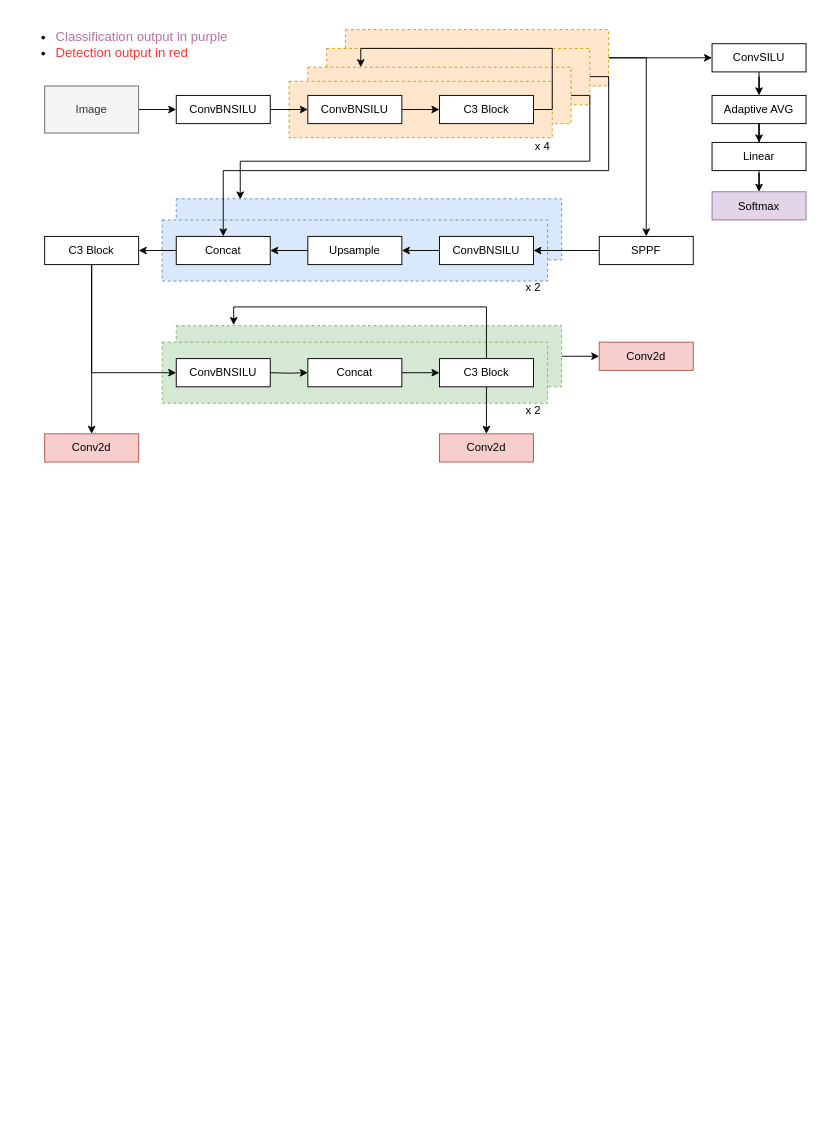
Earlier version of the draw.io diagram Untitled Diagram.drawio (Seeeeeyo/Neural-Network-Architecture-Diagrams). Source tidied: cells renumbered, new cells numbered last; positions are measured from the earlier drawing's top-left corner, leaving out a move shared by most shapes. Both pictures are drawn from the tidied source at 94%, with x=0, y=0 at pixel (16, 29).
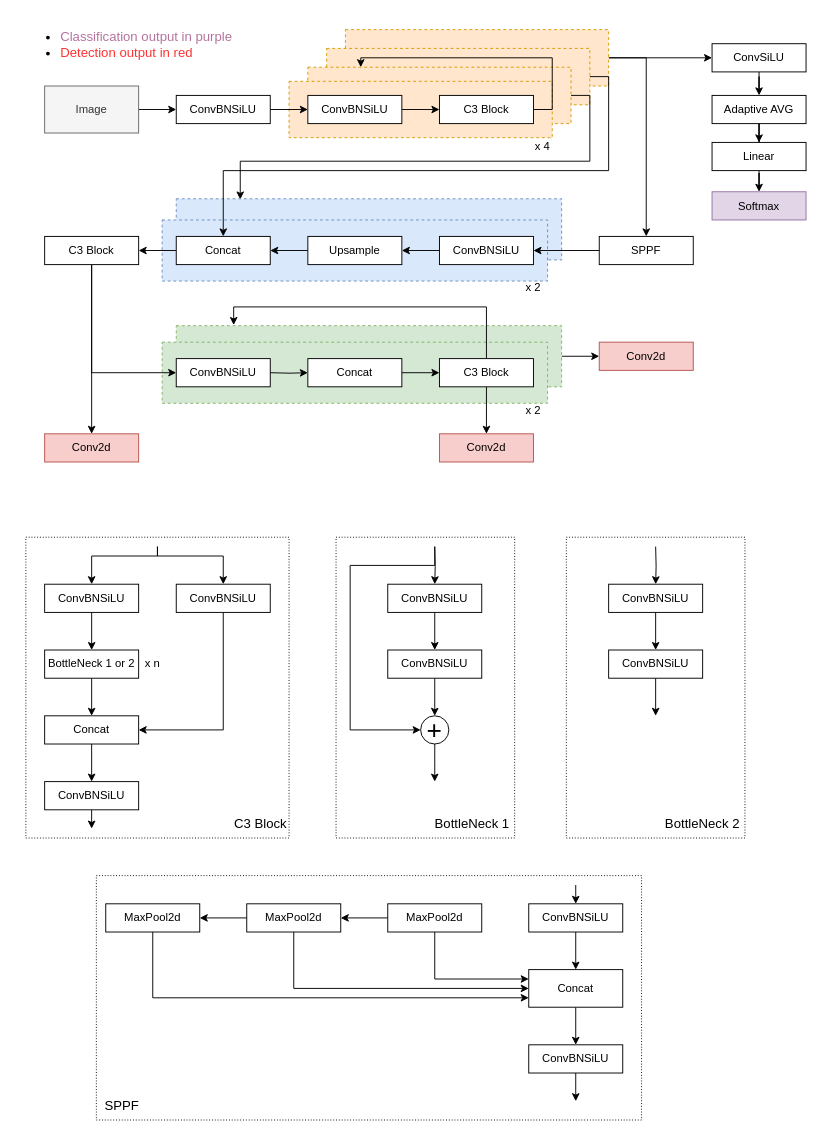
The same diagram, later.

The change refers to these unchanged cells:
```xml
<mxCell id="14" style="rounded=0;whiteSpace=wrap;html=1;fillColor=#ffe6cc;dashed=1;strokeColor=#d79b00;" parent="1" vertex="1">
  <mxGeometry x="310" y="40" width="280" height="60" as="geometry" />
</mxCell>
<mxCell id="19" value="C3 Block" style="rounded=0;whiteSpace=wrap;html=1;" parent="1" vertex="1">
  <mxGeometry x="450" y="70" width="100" height="30" as="geometry" />
</mxCell>
```

The edit, as a diff of the source:
```diff
@@
+    <mxCell id="56" style="rounded=0;whiteSpace=wrap;html=1;fillColor=none;dashed=1;dashPattern=1 2;" parent="1" vertex="1">
+      <mxGeometry x="85" y="900" width="580" height="260" as="geometry" />
+    </mxCell>
+    <mxCell id="57" style="rounded=0;whiteSpace=wrap;html=1;fillColor=none;dashed=1;dashPattern=1 2;" parent="1" vertex="1">
+      <mxGeometry x="585" y="540" width="190" height="320" as="geometry" />
+    </mxCell>
@@
-    <mxCell id="7" value="ConvBNSILU" style="rounded=0;whiteSpace=wrap;html=1;" parent="1" vertex="1">
+    <mxCell id="7" value="ConvBNSiLU" style="rounded=0;whiteSpace=wrap;html=1;" parent="1" vertex="1">
       <mxGeometry x="170" y="70" width="100" height="30" as="geometry" />
     </mxCell>
@@
-    <mxCell id="17" value="ConvBNSILU" style="rounded=0;whiteSpace=wrap;html=1;" parent="1" vertex="1">
+    <mxCell id="17" value="ConvBNSiLU" style="rounded=0;whiteSpace=wrap;html=1;" parent="1" vertex="1">
       <mxGeometry x="310" y="70" width="100" height="30" as="geometry" />
     </mxCell>
     <mxCell id="18" style="edgeStyle=orthogonalEdgeStyle;rounded=0;jettySize=auto;html=1;exitX=1;exitY=0.5;exitDx=0;exitDy=0;entryX=0.201;entryY=0;entryDx=0;entryDy=0;entryPerimeter=0;" parent="1" edge="1" source="19" target="14">
-      <mxGeometry relative="1" as="geometry" />
+      <mxGeometry relative="1" as="geometry">
+        <Array as="points">
+          <mxPoint x="570" y="85" />
+          <mxPoint x="570" y="30" />
+          <mxPoint x="366" y="30" />
+        </Array>
+      </mxGeometry>
     </mxCell>
@@
-    <mxCell id="23" value="ConvSILU" style="rounded=0;whiteSpace=wrap;html=1;" parent="1" vertex="1">
+    <mxCell id="23" value="ConvSiLU" style="rounded=0;whiteSpace=wrap;html=1;" parent="1" vertex="1">
       <mxGeometry x="740" y="15" width="100" height="30" as="geometry" />
     </mxCell>
@@
-    <mxCell id="33" value="ConvBNSILU" style="rounded=0;whiteSpace=wrap;html=1;" parent="1" vertex="1">
+    <mxCell id="33" value="ConvBNSiLU" style="rounded=0;whiteSpace=wrap;html=1;" parent="1" vertex="1">
       <mxGeometry x="450" y="220" width="100" height="30" as="geometry" />
     </mxCell>
@@
-    <mxCell id="50" value="ConvBNSILU" style="rounded=0;whiteSpace=wrap;html=1;" parent="1" vertex="1">
+    <mxCell id="50" value="ConvBNSiLU" style="rounded=0;whiteSpace=wrap;html=1;" parent="1" vertex="1">
       <mxGeometry x="170" y="350" width="100" height="30" as="geometry" />
     </mxCell>
@@
     <mxCell id="55" value="&lt;ul style=&quot;font-size: 14px;&quot;&gt;&lt;li&gt;&lt;font color=&quot;#b5739d&quot; style=&quot;font-size: 14px;&quot;&gt;Classification output in purple&lt;/font&gt;&lt;/li&gt;&lt;li&gt;&lt;font style=&quot;font-size: 14px;&quot; color=&quot;#ff3333&quot;&gt;Detection output in red&lt;/font&gt;&lt;/li&gt;&lt;/ul&gt;" style="text;html=1;strokeColor=none;fillColor=none;align=left;verticalAlign=middle;whiteSpace=wrap;rounded=0;" parent="1" vertex="1">
-      <mxGeometry width="240" height="32.5" as="geometry" />
+      <mxGeometry x="5" width="240" height="32.5" as="geometry" />
     </mxCell>
+    <mxCell id="58" style="edgeStyle=orthogonalEdgeStyle;rounded=0;jettySize=auto;html=1;entryX=0.5;entryY=0;entryDx=0;entryDy=0;" parent="1" edge="1" source="59" target="61">
+      <mxGeometry relative="1" as="geometry" />
+    </mxCell>
+    <mxCell id="59" value="ConvBNSiLU" style="rounded=0;whiteSpace=wrap;html=1;" parent="1" vertex="1">
+      <mxGeometry x="30" y="590" width="100" height="30" as="geometry" />
+    </mxCell>
+    <mxCell id="60" style="edgeStyle=orthogonalEdgeStyle;rounded=0;jettySize=auto;html=1;entryX=0.5;entryY=0;entryDx=0;entryDy=0;" parent="1" edge="1" source="61" target="63">
+      <mxGeometry relative="1" as="geometry" />
+    </mxCell>
+    <mxCell id="61" value="BottleNeck 1 or 2" style="rounded=0;whiteSpace=wrap;html=1;" parent="1" vertex="1">
+      <mxGeometry x="30" y="660" width="100" height="30" as="geometry" />
+    </mxCell>
+    <mxCell id="62" style="edgeStyle=orthogonalEdgeStyle;rounded=0;jettySize=auto;html=1;entryX=0.5;entryY=0;entryDx=0;entryDy=0;" parent="1" edge="1" source="63" target="65">
+      <mxGeometry relative="1" as="geometry" />
+    </mxCell>
+    <mxCell id="63" value="Concat" style="rounded=0;whiteSpace=wrap;html=1;" parent="1" vertex="1">
+      <mxGeometry x="30" y="730" width="100" height="30" as="geometry" />
+    </mxCell>
+    <mxCell id="64" style="edgeStyle=orthogonalEdgeStyle;rounded=0;jettySize=auto;html=1;" parent="1" edge="1" source="65">
+      <mxGeometry relative="1" as="geometry">
+        <mxPoint x="80" y="850" as="targetPoint" />
+      </mxGeometry>
+    </mxCell>
+    <mxCell id="65" value="ConvBNSiLU" style="rounded=0;whiteSpace=wrap;html=1;" parent="1" vertex="1">
+      <mxGeometry x="30" y="800" width="100" height="30" as="geometry" />
+    </mxCell>
+    <mxCell id="66" style="edgeStyle=orthogonalEdgeStyle;rounded=0;jettySize=auto;html=1;entryX=1;entryY=0.5;entryDx=0;entryDy=0;" parent="1" edge="1" source="67" target="63">
+      <mxGeometry relative="1" as="geometry">
+        <Array as="points">
+          <mxPoint x="220" y="745" />
+        </Array>
+      </mxGeometry>
+    </mxCell>
+    <mxCell id="67" value="ConvBNSiLU" style="rounded=0;whiteSpace=wrap;html=1;" parent="1" vertex="1">
+      <mxGeometry x="170" y="590" width="100" height="30" as="geometry" />
+    </mxCell>
+    <mxCell id="68" style="rounded=0;whiteSpace=wrap;html=1;fillColor=none;dashed=1;dashPattern=1 2;" parent="1" vertex="1">
+      <mxGeometry x="10" y="540" width="280" height="320" as="geometry" />
+    </mxCell>
+    <mxCell id="69" value="&lt;font style=&quot;font-size: 14px;&quot;&gt;C3 Block&lt;/font&gt;" style="text;html=1;strokeColor=none;fillColor=none;align=center;verticalAlign=middle;whiteSpace=wrap;rounded=0;" parent="1" vertex="1">
+      <mxGeometry x="230" y="830" width="60" height="30" as="geometry" />
+    </mxCell>
+    <mxCell id="70" style="edgeStyle=orthogonalEdgeStyle;rounded=0;jettySize=auto;html=1;entryX=0.5;entryY=0;entryDx=0;entryDy=0;" parent="1" edge="1" target="59">
+      <mxGeometry relative="1" as="geometry">
+        <mxPoint x="150" y="550" as="sourcePoint" />
+        <Array as="points">
+          <mxPoint x="150" y="560" />
+          <mxPoint x="80" y="560" />
+        </Array>
+      </mxGeometry>
+    </mxCell>
+    <mxCell id="71" style="edgeStyle=orthogonalEdgeStyle;rounded=0;jettySize=auto;html=1;entryX=0.5;entryY=0;entryDx=0;entryDy=0;" parent="1" edge="1" target="67">
+      <mxGeometry relative="1" as="geometry">
+        <mxPoint x="150" y="550" as="sourcePoint" />
+        <Array as="points">
+          <mxPoint x="150" y="560" />
+          <mxPoint x="220" y="560" />
+        </Array>
+      </mxGeometry>
+    </mxCell>
+    <mxCell id="72" value="x n" style="text;html=1;strokeColor=none;fillColor=none;align=center;verticalAlign=middle;whiteSpace=wrap;rounded=0;" parent="1" vertex="1">
+      <mxGeometry x="130" y="670" width="30" height="10" as="geometry" />
+    </mxCell>
+    <mxCell id="73" style="edgeStyle=orthogonalEdgeStyle;rounded=0;jettySize=auto;html=1;entryX=0.5;entryY=0;entryDx=0;entryDy=0;" parent="1" edge="1" source="74" target="76">
+      <mxGeometry relative="1" as="geometry" />
+    </mxCell>
+    <mxCell id="74" value="ConvBNSiLU" style="rounded=0;whiteSpace=wrap;html=1;" parent="1" vertex="1">
+      <mxGeometry x="395" y="590" width="100" height="30" as="geometry" />
+    </mxCell>
+    <mxCell id="75" style="edgeStyle=orthogonalEdgeStyle;rounded=0;jettySize=auto;html=1;entryX=0.5;entryY=0;entryDx=0;entryDy=0;" parent="1" edge="1" source="76" target="78">
+      <mxGeometry relative="1" as="geometry" />
+    </mxCell>
+    <mxCell id="76" value="ConvBNSiLU" style="rounded=0;whiteSpace=wrap;html=1;" parent="1" vertex="1">
+      <mxGeometry x="395" y="660" width="100" height="30" as="geometry" />
+    </mxCell>
+    <mxCell id="77" style="edgeStyle=orthogonalEdgeStyle;rounded=0;jettySize=auto;html=1;" parent="1" edge="1" source="78">
+      <mxGeometry relative="1" as="geometry">
+        <mxPoint x="445" y="800" as="targetPoint" />
+      </mxGeometry>
+    </mxCell>
+    <mxCell id="78" value="&lt;font style=&quot;font-size: 28px;&quot;&gt;+&lt;/font&gt;" style="ellipse;whiteSpace=wrap;html=1;fillColor=none;" parent="1" vertex="1">
+      <mxGeometry x="430" y="730" width="30" height="30" as="geometry" />
+    </mxCell>
+    <mxCell id="79" style="edgeStyle=orthogonalEdgeStyle;rounded=0;jettySize=auto;html=1;entryX=0.5;entryY=0;entryDx=0;entryDy=0;" parent="1" edge="1" target="74">
+      <mxGeometry relative="1" as="geometry">
+        <mxPoint x="445" y="550" as="sourcePoint" />
+      </mxGeometry>
+    </mxCell>
+    <mxCell id="80" style="edgeStyle=orthogonalEdgeStyle;rounded=0;jettySize=auto;html=1;exitX=0.5;exitY=1;exitDx=0;exitDy=0;entryX=0;entryY=0.5;entryDx=0;entryDy=0;" parent="1" edge="1" target="78">
+      <mxGeometry relative="1" as="geometry">
+        <mxPoint x="445" y="550" as="sourcePoint" />
+        <Array as="points">
+          <mxPoint x="445" y="570" />
+          <mxPoint x="355" y="570" />
+          <mxPoint x="355" y="745" />
+        </Array>
+      </mxGeometry>
+    </mxCell>
+    <mxCell id="81" style="rounded=0;whiteSpace=wrap;html=1;fillColor=none;dashed=1;dashPattern=1 2;" parent="1" vertex="1">
+      <mxGeometry x="340" y="540" width="190" height="320" as="geometry" />
+    </mxCell>
+    <mxCell id="82" value="&lt;font style=&quot;font-size: 14px;&quot;&gt;BottleNeck 1&lt;/font&gt;" style="text;html=1;strokeColor=none;fillColor=none;align=center;verticalAlign=middle;whiteSpace=wrap;rounded=0;" parent="1" vertex="1">
+      <mxGeometry x="440" y="830" width="90" height="30" as="geometry" />
+    </mxCell>
+    <mxCell id="83" style="edgeStyle=orthogonalEdgeStyle;rounded=0;jettySize=auto;html=1;entryX=0.5;entryY=0;entryDx=0;entryDy=0;" parent="1" edge="1" source="84" target="86">
+      <mxGeometry relative="1" as="geometry" />
+    </mxCell>
+    <mxCell id="84" value="ConvBNSiLU" style="rounded=0;whiteSpace=wrap;html=1;" parent="1" vertex="1">
+      <mxGeometry x="630" y="590" width="100" height="30" as="geometry" />
+    </mxCell>
+    <mxCell id="85" style="edgeStyle=orthogonalEdgeStyle;rounded=0;jettySize=auto;html=1;entryX=0.5;entryY=0;entryDx=0;entryDy=0;" parent="1" edge="1" source="86">
+      <mxGeometry relative="1" as="geometry">
+        <mxPoint x="680" y="730" as="targetPoint" />
+      </mxGeometry>
+    </mxCell>
+    <mxCell id="86" value="ConvBNSiLU" style="rounded=0;whiteSpace=wrap;html=1;" parent="1" vertex="1">
+      <mxGeometry x="630" y="660" width="100" height="30" as="geometry" />
+    </mxCell>
+    <mxCell id="87" style="edgeStyle=orthogonalEdgeStyle;rounded=0;jettySize=auto;html=1;entryX=0.5;entryY=0;entryDx=0;entryDy=0;" parent="1" edge="1" target="84">
+      <mxGeometry relative="1" as="geometry">
+        <mxPoint x="680" y="550" as="sourcePoint" />
+      </mxGeometry>
+    </mxCell>
+    <mxCell id="88" value="&lt;font style=&quot;font-size: 14px;&quot;&gt;BottleNeck 2&lt;/font&gt;" style="text;html=1;strokeColor=none;fillColor=none;align=center;verticalAlign=middle;whiteSpace=wrap;rounded=0;" parent="1" vertex="1">
+      <mxGeometry x="685" y="830" width="90" height="30" as="geometry" />
+    </mxCell>
+    <mxCell id="89" style="edgeStyle=orthogonalEdgeStyle;rounded=0;jettySize=auto;html=1;exitX=0.5;exitY=1;exitDx=0;exitDy=0;entryX=0;entryY=0.75;entryDx=0;entryDy=0;" parent="1" edge="1" source="90" target="100">
+      <mxGeometry relative="1" as="geometry" />
+    </mxCell>
+    <mxCell id="90" value="MaxPool2d" style="rounded=0;whiteSpace=wrap;html=1;" parent="1" vertex="1">
+      <mxGeometry x="95" y="930" width="100" height="30" as="geometry" />
+    </mxCell>
+    <mxCell id="91" style="edgeStyle=orthogonalEdgeStyle;rounded=0;jettySize=auto;html=1;entryX=1;entryY=0.5;entryDx=0;entryDy=0;" parent="1" edge="1" source="93" target="90">
+      <mxGeometry relative="1" as="geometry" />
+    </mxCell>
+    <mxCell id="92" style="edgeStyle=orthogonalEdgeStyle;rounded=0;jettySize=auto;html=1;exitX=0.5;exitY=1;exitDx=0;exitDy=0;entryX=0;entryY=0.5;entryDx=0;entryDy=0;" parent="1" edge="1" source="93" target="100">
+      <mxGeometry relative="1" as="geometry" />
+    </mxCell>
+    <mxCell id="93" value="MaxPool2d" style="rounded=0;whiteSpace=wrap;html=1;" parent="1" vertex="1">
+      <mxGeometry x="245" y="930" width="100" height="30" as="geometry" />
+    </mxCell>
+    <mxCell id="94" style="edgeStyle=orthogonalEdgeStyle;rounded=0;jettySize=auto;html=1;entryX=1;entryY=0.5;entryDx=0;entryDy=0;" parent="1" edge="1" source="96" target="93">
+      <mxGeometry relative="1" as="geometry" />
+    </mxCell>
+    <mxCell id="95" style="edgeStyle=orthogonalEdgeStyle;rounded=0;jettySize=auto;html=1;exitX=0.5;exitY=1;exitDx=0;exitDy=0;entryX=0;entryY=0.25;entryDx=0;entryDy=0;" parent="1" edge="1" source="96" target="100">
+      <mxGeometry relative="1" as="geometry" />
+    </mxCell>
+    <mxCell id="96" value="MaxPool2d" style="rounded=0;whiteSpace=wrap;html=1;" parent="1" vertex="1">
+      <mxGeometry x="395" y="930" width="100" height="30" as="geometry" />
+    </mxCell>
+    <mxCell id="97" style="edgeStyle=orthogonalEdgeStyle;rounded=0;jettySize=auto;html=1;entryX=0.5;entryY=0;entryDx=0;entryDy=0;" parent="1" edge="1" source="98" target="100">
+      <mxGeometry relative="1" as="geometry" />
+    </mxCell>
+    <mxCell id="98" value="ConvBNSiLU" style="rounded=0;whiteSpace=wrap;html=1;" parent="1" vertex="1">
+      <mxGeometry x="545" y="930" width="100" height="30" as="geometry" />
+    </mxCell>
+    <mxCell id="99" style="edgeStyle=orthogonalEdgeStyle;rounded=0;jettySize=auto;html=1;entryX=0.5;entryY=0;entryDx=0;entryDy=0;" parent="1" edge="1" source="100" target="102">
+      <mxGeometry relative="1" as="geometry" />
+    </mxCell>
+    <mxCell id="100" value="Concat" style="rounded=0;whiteSpace=wrap;html=1;" parent="1" vertex="1">
+      <mxGeometry x="545" y="1000" width="100" height="40" as="geometry" />
+    </mxCell>
+    <mxCell id="101" style="edgeStyle=orthogonalEdgeStyle;rounded=0;jettySize=auto;html=1;" parent="1" edge="1" source="102">
+      <mxGeometry relative="1" as="geometry">
+        <mxPoint x="595" y="1140" as="targetPoint" />
+        <Array as="points">
+          <mxPoint x="595" y="1140" />
+          <mxPoint x="595" y="1140" />
+        </Array>
+      </mxGeometry>
+    </mxCell>
+    <mxCell id="102" value="ConvBNSiLU" style="rounded=0;whiteSpace=wrap;html=1;" parent="1" vertex="1">
+      <mxGeometry x="545" y="1080" width="100" height="30" as="geometry" />
+    </mxCell>
+    <mxCell id="103" style="edgeStyle=orthogonalEdgeStyle;rounded=0;jettySize=auto;html=1;entryX=0.5;entryY=0;entryDx=0;entryDy=0;" parent="1" edge="1" target="98">
+      <mxGeometry relative="1" as="geometry">
+        <mxPoint x="595" y="910" as="sourcePoint" />
+      </mxGeometry>
+    </mxCell>
+    <mxCell id="104" value="&lt;font style=&quot;font-size: 14px;&quot;&gt;SPPF&lt;/font&gt;" style="text;html=1;strokeColor=none;fillColor=none;align=center;verticalAlign=middle;whiteSpace=wrap;rounded=0;" parent="1" vertex="1">
+      <mxGeometry x="85" y="1130" width="55" height="30" as="geometry" />
+    </mxCell>
```
